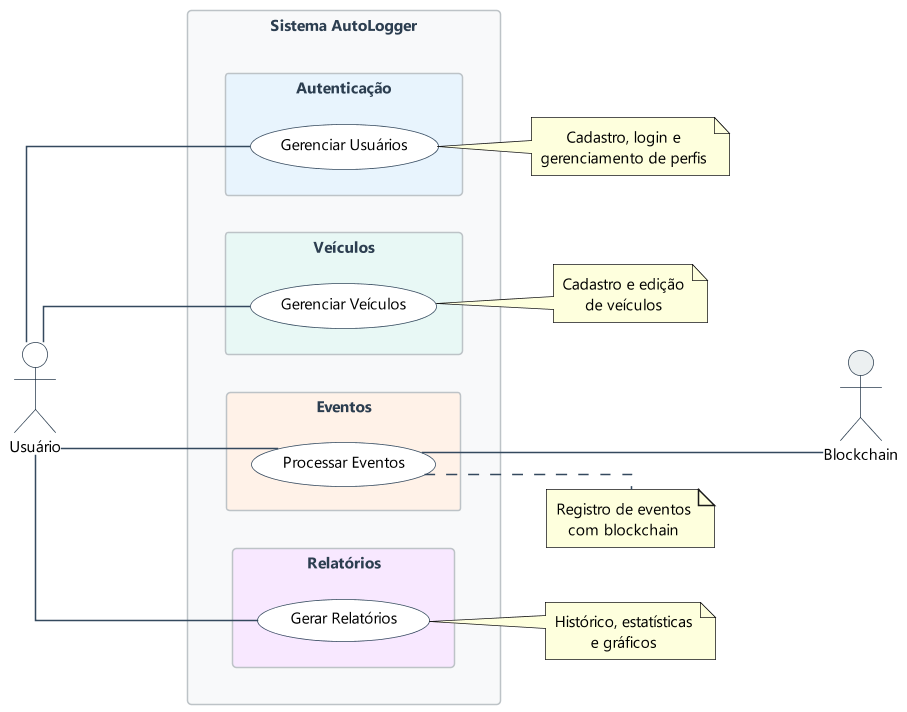
Pellegr1n1/autologger-services keeps this PlantUML diagram as docs/use_case_diagram/general_system.png. Above is the earlier version. Its diagram source:
```plantuml
@startuml general_system

left to right direction

skinparam {
    usecaseFontSize 12
    usecaseFontName "Segoe UI"
    usecaseBackgroundColor #FFFFFF
    usecaseBorderColor #34495E
    actorBackgroundColor #FFFFFF
    actorBorderColor #2C3E50
    actorFontName "Segoe UI"
    actorFontSize 12
    arrowColor #34495E
    rectangleBackgroundColor #F8F9FA
    rectangleBorderColor #BDC3C7
    rectangleFontColor #2C3E50
    rectangleFontName "Segoe UI"
    rectangleFontSize 13
    defaultTextAlignment center
    wrapWidth 200
    dpi 150
    shadowing false
    linetype ortho
    defaultFontName "Segoe UI"
    defaultFontSize 10
}

actor "Usuário" as User #FFFFFF
actor "Blockchain" as Blockchain #ECF0F1

rectangle "Sistema AutoLogger" #F8F9FA {
    rectangle "Autenticação" #E8F4FD {
        (Gerenciar Usuários) as AUTH
    }

    rectangle "Veículos" #E8F8F5 {
        (Gerenciar Veículos) as VEH
    }

    rectangle "Eventos" #FFF2E8 {
        (Processar Eventos) as EVT
    }

    rectangle "Relatórios" #F8E8FF {
        (Gerar Relatórios) as REP
    }
}

User --- AUTH
User --- VEH
User --- EVT
User --- REP

EVT --- Blockchain

note right of AUTH : Cadastro, login e\ngerenciamento de perfis
note right of VEH : Cadastro e edição\nde veículos
note right of EVT : Registro de eventos\ncom blockchain
note right of REP : Histórico, estatísticas\ne gráficos

@enduml
```
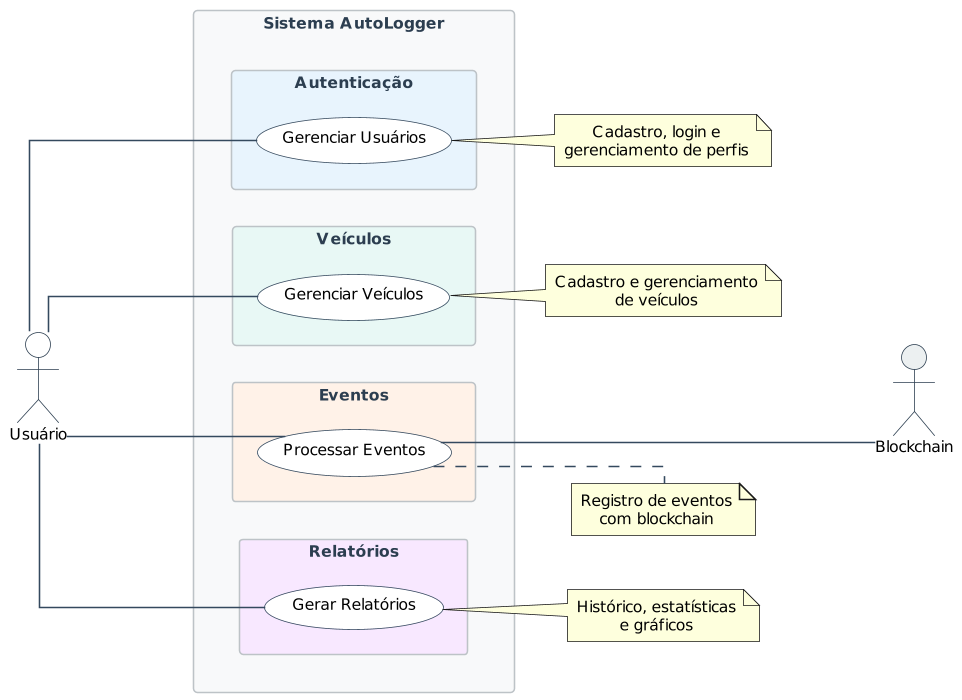
After the commit.

Diff of the diagram source:
```diff
@@ -1,4 +1,4 @@
-@startuml general_system
+@startuml visao_geral_sistema
 
 left to right direction
 
@@ -55,7 +55,7 @@
 EVT --- Blockchain
 
 note right of AUTH : Cadastro, login e\ngerenciamento de perfis
-note right of VEH : Cadastro e edição\nde veículos
+note right of VEH : Cadastro e gerenciamento\nde veículos
 note right of EVT : Registro de eventos\ncom blockchain
 note right of REP : Histórico, estatísticas\ne gráficos
 
```
